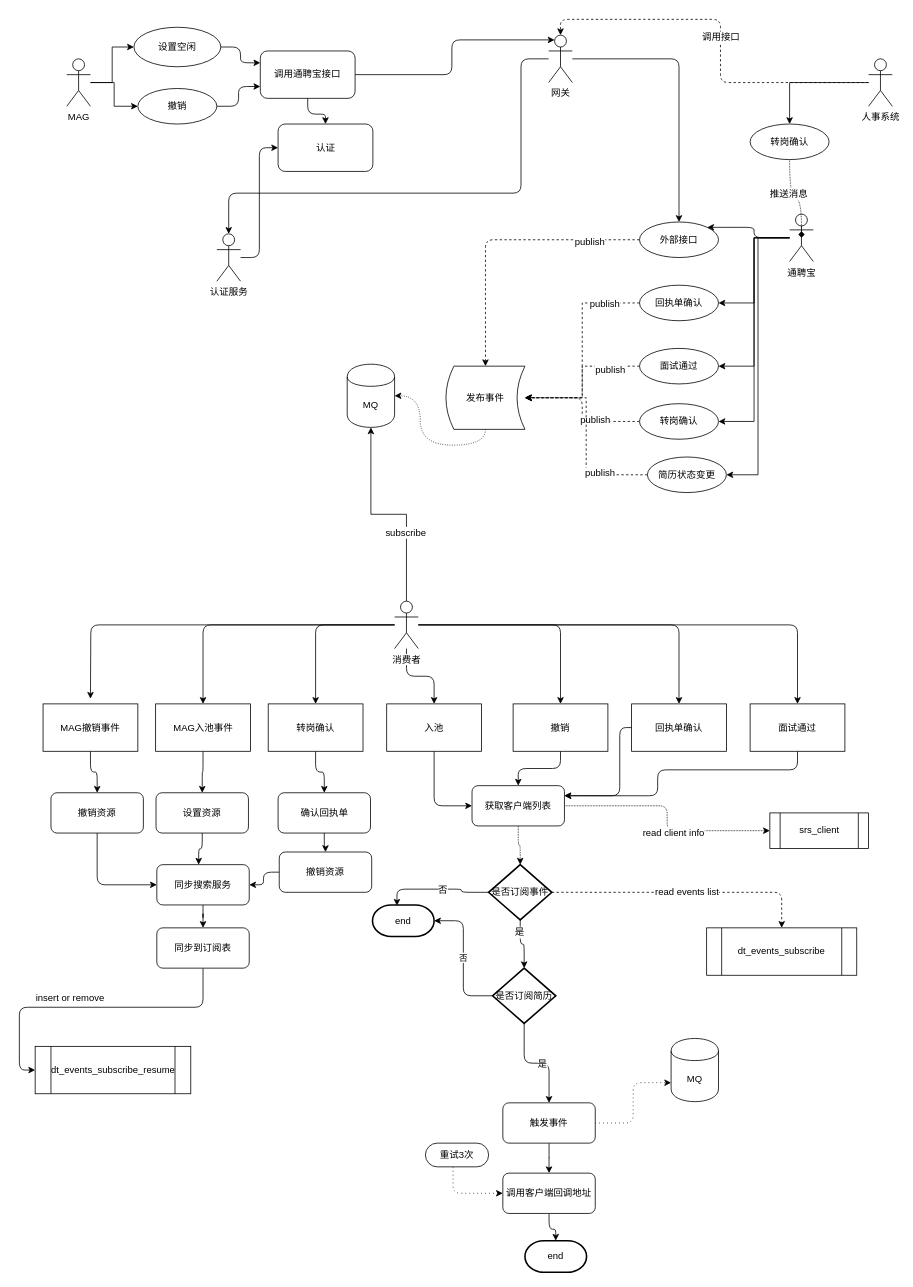
Above: source/通聘宝简历事件订阅.drawio in toby2o12/drawio (draw.io), before the change. Source tidied: cells renumbered, new cells numbered last; positions are measured from the earlier drawing's top-left corner, leaving out a move shared by most shapes. Both pictures are drawn from the tidied source at 79%, with x=0, y=0 at pixel (35, 27).
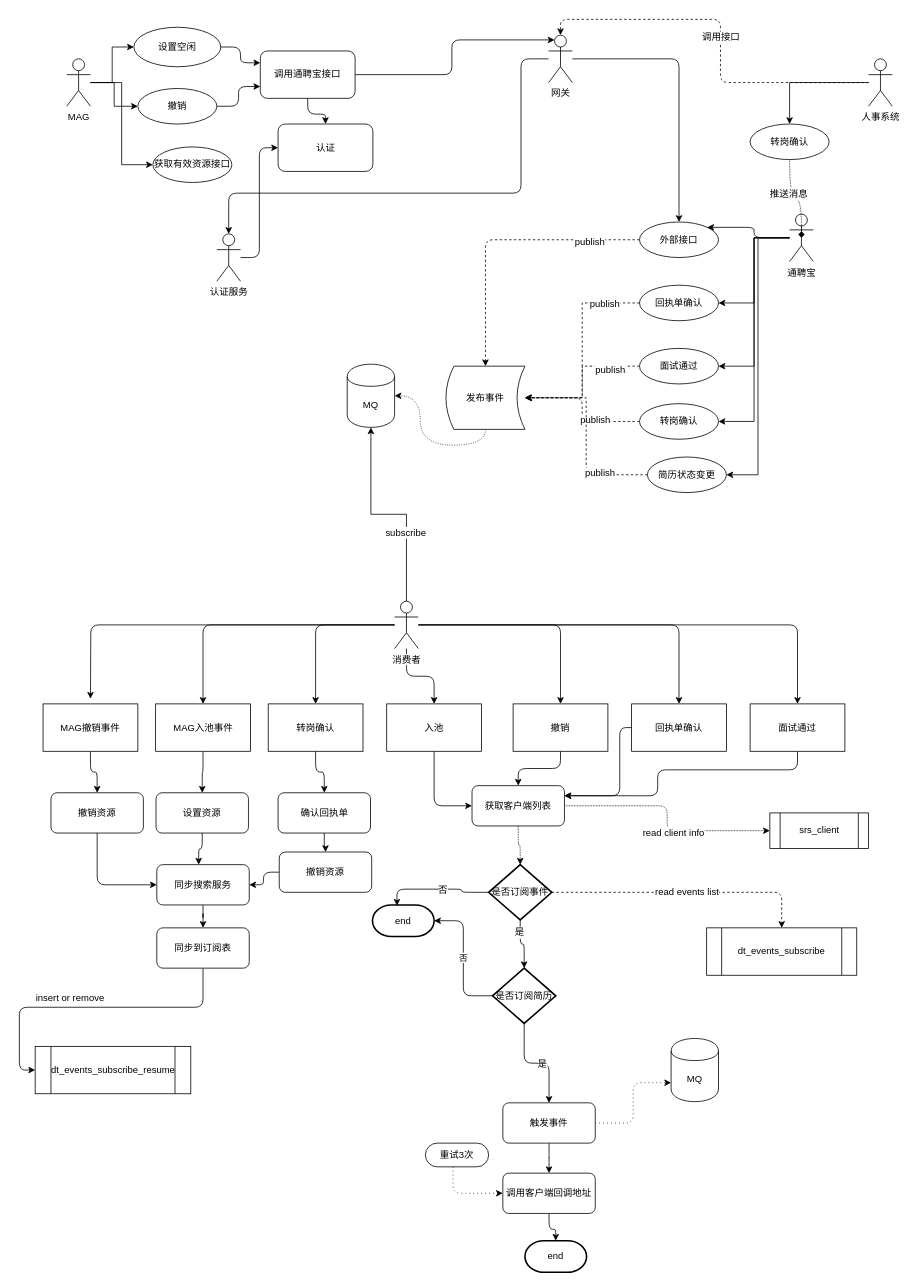
Above is the later version.

Commit message (it also covers changes not shown here):
更新通聘宝简历事件订阅.drawio

Unchanged cells that the change refers to:
```xml
<mxCell id="10" value="MAG" style="shape=umlActor;verticalLabelPosition=bottom;labelBackgroundColor=#ffffff;verticalAlign=top;html=1;" parent="1" vertex="1">
  <mxGeometry x="40" y="40" width="30" height="60" as="geometry" />
</mxCell>
```

What changed in the source:
```diff
@@
+    <mxCell id="114" style="edgeStyle=orthogonalEdgeStyle;jettySize=auto;html=1;entryX=0;entryY=0.5;entryDx=0;entryDy=0;startArrow=none;startFill=0;endArrow=classic;endFill=1;strokeColor=#000000;rounded=0;" parent="1" edge="1" source="10" target="115">
+      <mxGeometry relative="1" as="geometry" />
+    </mxCell>
@@
+    <mxCell id="115" value="获取有效资源接口" style="ellipse;whiteSpace=wrap;html=1;" parent="1" vertex="1">
+      <mxGeometry x="149" y="151.5" width="100" height="45" as="geometry" />
+    </mxCell>
```
